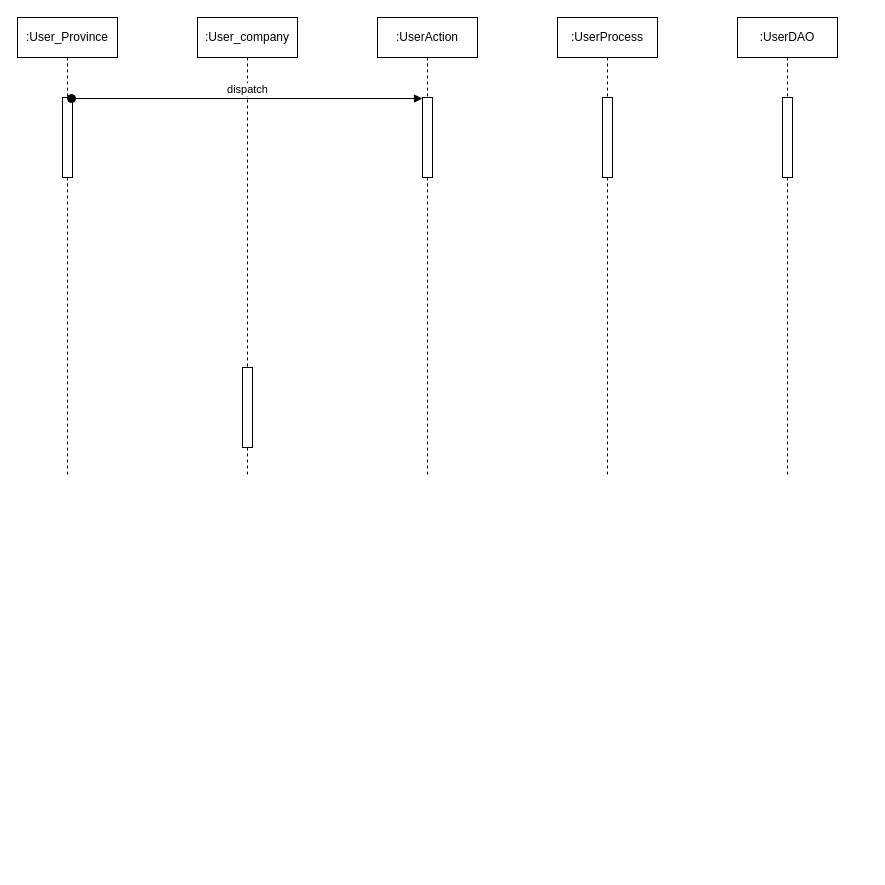
The draw.io diagram 未命名绘图.drawio in lzhenbit/Dictionary, before the edit. Source tidied: cells renumbered, new cells numbered last; positions are measured from the earlier drawing's top-left corner, leaving out a move shared by most shapes. Both pictures are drawn from the tidied source at 100%, with x=0, y=0 at pixel (17, 17).
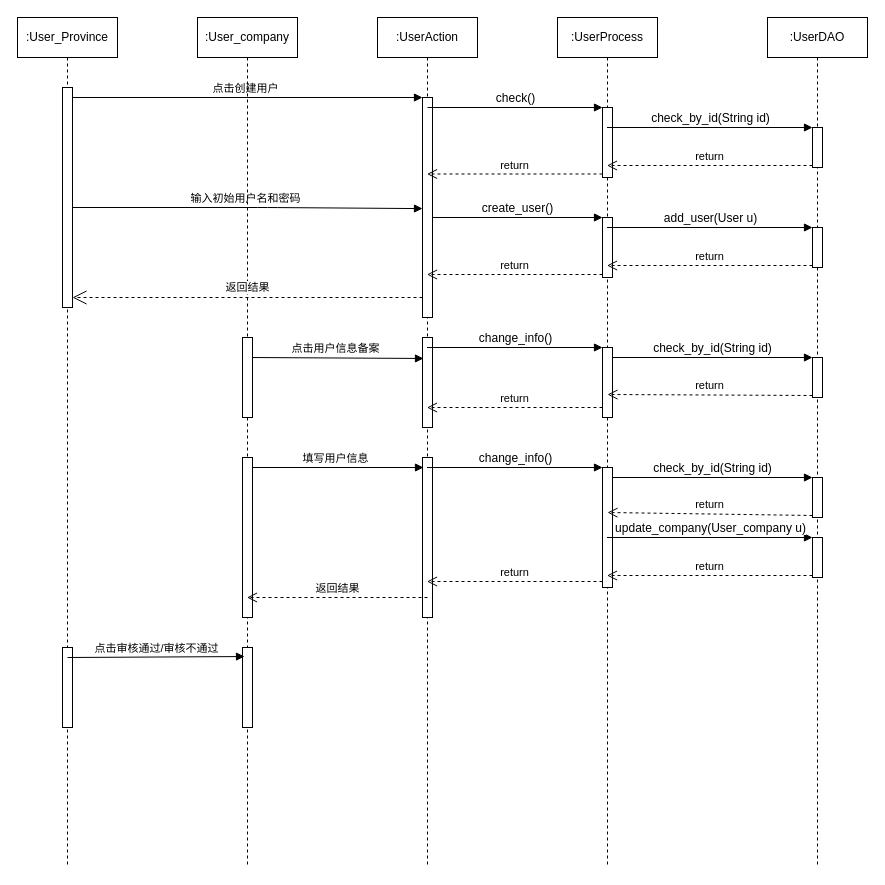
The same diagram, later.

Commit message:
更新未命名绘图.drawio

What changed in the source:
```diff
@@
+    <mxCell id="13" value="填写用户信息" style="html=1;verticalAlign=bottom;endArrow=block;" parent="1" edge="1">
+      <mxGeometry relative="1" as="geometry">
+        <mxPoint x="230" y="450" as="sourcePoint" />
+        <mxPoint x="406" y="450" as="targetPoint" />
+      </mxGeometry>
+    </mxCell>
+    <mxCell id="14" value="点击用户信息备案" style="html=1;verticalAlign=bottom;startArrow=oval;endArrow=block;startSize=8;entryX=0.1;entryY=0.233;entryDx=0;entryDy=0;entryPerimeter=0;" parent="1" edge="1" target="19">
+      <mxGeometry relative="1" as="geometry">
+        <mxPoint x="230" y="340" as="sourcePoint" />
+      </mxGeometry>
+    </mxCell>
+    <mxCell id="15" value="输入初始用户名和密码" style="html=1;verticalAlign=bottom;startArrow=oval;startFill=1;endArrow=block;startSize=8;entryX=0;entryY=0.505;entryDx=0;entryDy=0;entryPerimeter=0;" parent="1" edge="1" source="2" target="7">
+      <mxGeometry relative="1" as="geometry">
+        <Array as="points">
+          <mxPoint x="250" y="190" />
+        </Array>
+      </mxGeometry>
+    </mxCell>
+    <mxCell id="12" value="点击创建用户" style="html=1;verticalAlign=bottom;startArrow=oval;endArrow=block;startSize=8;" parent="1" edge="1" target="7">
+      <mxGeometry relative="1" as="geometry">
+        <mxPoint x="50" y="80" as="sourcePoint" />
+      </mxGeometry>
+    </mxCell>
     <mxCell id="2" value=":User_Province" style="shape=umlLifeline;perimeter=lifelinePerimeter;whiteSpace=wrap;html=1;outlineConnect=0;" parent="1" vertex="1">
-      <mxGeometry width="100" height="460" as="geometry" />
+      <mxGeometry width="100" height="850" as="geometry" />
     </mxCell>
     <mxCell id="3" style="html=1;points=[];perimeter=orthogonalPerimeter;" parent="2" vertex="1">
-      <mxGeometry x="45" y="80" width="10" height="80" as="geometry" />
+      <mxGeometry x="45" y="70" width="10" height="220" as="geometry" />
     </mxCell>
+    <mxCell id="16" style="html=1;perimeter=orthogonalPerimeter;" parent="2" vertex="1">
+      <mxGeometry x="45" y="630" width="10" height="80" as="geometry" />
+    </mxCell>
     <mxCell id="4" value=":User_company" style="shape=umlLifeline;perimeter=lifelinePerimeter;whiteSpace=wrap;html=1;outlineConnect=0;" parent="1" vertex="1">
-      <mxGeometry x="180" width="100" height="460" as="geometry" />
+      <mxGeometry x="180" width="100" height="850" as="geometry" />
     </mxCell>
     <mxCell id="5" style="html=1;perimeter=orthogonalPerimeter;" parent="4" vertex="1">
-      <mxGeometry x="45" y="350" width="10" height="80" as="geometry" />
+      <mxGeometry x="45" y="320" width="10" height="80" as="geometry" />
     </mxCell>
+    <mxCell id="17" style="html=1;perimeter=orthogonalPerimeter;" parent="4" vertex="1">
+      <mxGeometry x="45" y="440" width="10" height="160" as="geometry" />
+    </mxCell>
+    <mxCell id="18" style="html=1;points=[];perimeter=orthogonalPerimeter;" parent="4" vertex="1">
+      <mxGeometry x="45" y="630" width="10" height="80" as="geometry" />
+    </mxCell>
     <mxCell id="6" value=":UserAction" style="shape=umlLifeline;perimeter=lifelinePerimeter;whiteSpace=wrap;html=1;outlineConnect=0;" parent="1" vertex="1">
-      <mxGeometry x="360" width="100" height="460" as="geometry" />
+      <mxGeometry x="360" width="100" height="850" as="geometry" />
     </mxCell>
     <mxCell id="7" style="html=1;points=[];perimeter=orthogonalPerimeter;" parent="6" vertex="1">
-      <mxGeometry x="45" y="80" width="10" height="80" as="geometry" />
+      <mxGeometry x="45" y="80" width="10" height="220" as="geometry" />
     </mxCell>
+    <mxCell id="19" style="html=1;points=[];perimeter=orthogonalPerimeter;" parent="6" vertex="1">
+      <mxGeometry x="45" y="320" width="10" height="90" as="geometry" />
+    </mxCell>
+    <mxCell id="20" style="html=1;perimeter=orthogonalPerimeter;" parent="6" vertex="1">
+      <mxGeometry x="45" y="440" width="10" height="160" as="geometry" />
+    </mxCell>
     <mxCell id="8" value=":UserProcess" style="shape=umlLifeline;perimeter=lifelinePerimeter;whiteSpace=wrap;html=1;outlineConnect=0;" parent="1" vertex="1">
-      <mxGeometry x="540" width="100" height="460" as="geometry" />
+      <mxGeometry x="540" width="100" height="850" as="geometry" />
     </mxCell>
-    <mxCell id="9" style="html=1;perimeter=orthogonalPerimeter;" parent="8" vertex="1">
-      <mxGeometry x="45" y="80" width="10" height="80" as="geometry" />
-    </mxCell>
+    <mxCell id="21" style="html=1;points=[];perimeter=orthogonalPerimeter;" parent="8" vertex="1">
+      <mxGeometry x="45" y="90" width="10" height="70" as="geometry" />
+    </mxCell>
+    <mxCell id="22" style="html=1;points=[];perimeter=orthogonalPerimeter;" parent="8" vertex="1">
+      <mxGeometry x="45" y="200" width="10" height="60" as="geometry" />
+    </mxCell>
+    <mxCell id="23" style="html=1;points=[];perimeter=orthogonalPerimeter;" parent="8" vertex="1">
+      <mxGeometry x="45" y="330" width="10" height="70" as="geometry" />
+    </mxCell>
+    <mxCell id="24" style="html=1;points=[];perimeter=orthogonalPerimeter;" parent="8" vertex="1">
+      <mxGeometry x="45" y="450" width="10" height="120" as="geometry" />
+    </mxCell>
     <mxCell id="10" value=":UserDAO" style="shape=umlLifeline;perimeter=lifelinePerimeter;whiteSpace=wrap;html=1;" parent="1" vertex="1">
-      <mxGeometry x="720" width="100" height="460" as="geometry" />
+      <mxGeometry x="750" width="100" height="850" as="geometry" />
     </mxCell>
-    <mxCell id="11" style="html=1;perimeter=orthogonalPerimeter;" parent="10" vertex="1">
-      <mxGeometry x="45" y="80" width="10" height="80" as="geometry" />
-    </mxCell>
-    <mxCell id="12" value="dispatch" style="html=1;verticalAlign=bottom;startArrow=oval;endArrow=block;startSize=8;exitX=0.9;exitY=0.013;exitDx=0;exitDy=0;exitPerimeter=0;" parent="1" edge="1" source="3" target="7">
-      <mxGeometry relative="1" as="geometry" />
-    </mxCell>
+    <mxCell id="25" style="html=1;points=[];perimeter=orthogonalPerimeter;" parent="10" vertex="1">
+      <mxGeometry x="45" y="110" width="10" height="40" as="geometry" />
+    </mxCell>
+    <mxCell id="26" style="html=1;points=[];perimeter=orthogonalPerimeter;" parent="10" vertex="1">
+      <mxGeometry x="45" y="210" width="10" height="40" as="geometry" />
+    </mxCell>
+    <mxCell id="27" style="html=1;points=[];perimeter=orthogonalPerimeter;" parent="10" vertex="1">
+      <mxGeometry x="45" y="340" width="10" height="40" as="geometry" />
+    </mxCell>
+    <mxCell id="28" style="html=1;points=[];perimeter=orthogonalPerimeter;" parent="10" vertex="1">
+      <mxGeometry x="45" y="460" width="10" height="40" as="geometry" />
+    </mxCell>
+    <mxCell id="29" style="html=1;points=[];perimeter=orthogonalPerimeter;" parent="10" vertex="1">
+      <mxGeometry x="45" y="520" width="10" height="40" as="geometry" />
+    </mxCell>
+    <mxCell id="30" value="&lt;span style=&quot;font-size: 12px&quot;&gt;check()&lt;/span&gt;" style="html=1;verticalAlign=bottom;endArrow=block;entryX=0;entryY=0;" parent="1" edge="1" target="21">
+      <mxGeometry relative="1" as="geometry">
+        <mxPoint x="410" y="90" as="sourcePoint" />
+      </mxGeometry>
+    </mxCell>
+    <mxCell id="31" value="return" style="html=1;verticalAlign=bottom;endArrow=open;dashed=1;endSize=8;exitX=0;exitY=0.95;" parent="1" edge="1" source="21" target="6">
+      <mxGeometry relative="1" as="geometry" />
+    </mxCell>
+    <mxCell id="32" value="return" style="html=1;verticalAlign=bottom;endArrow=open;dashed=1;endSize=8;exitX=0;exitY=0.95;" parent="1" edge="1" source="25" target="8">
+      <mxGeometry relative="1" as="geometry" />
+    </mxCell>
+    <mxCell id="33" value="&lt;span lang=&quot;EN-US&quot;&gt;&lt;font style=&quot;font-size: 12px&quot;&gt;check_by_id(String id)&lt;/font&gt;&lt;/span&gt;" style="html=1;verticalAlign=bottom;endArrow=block;entryX=0;entryY=0;" parent="1" edge="1" source="8" target="25">
+      <mxGeometry relative="1" as="geometry" />
+    </mxCell>
+    <mxCell id="34" value="&lt;span style=&quot;font-size: 12px&quot;&gt;create_user()&lt;/span&gt;" style="html=1;verticalAlign=bottom;endArrow=block;entryX=0;entryY=0;" parent="1" edge="1" source="7" target="22">
+      <mxGeometry relative="1" as="geometry" />
+    </mxCell>
+    <mxCell id="35" value="return" style="html=1;verticalAlign=bottom;endArrow=open;dashed=1;endSize=8;exitX=0;exitY=0.95;" parent="1" edge="1" source="22" target="6">
+      <mxGeometry relative="1" as="geometry" />
+    </mxCell>
+    <mxCell id="36" value="return" style="html=1;verticalAlign=bottom;endArrow=open;dashed=1;endSize=8;exitX=0;exitY=0.95;" parent="1" edge="1" source="26" target="8">
+      <mxGeometry relative="1" as="geometry" />
+    </mxCell>
+    <mxCell id="37" value="&lt;span lang=&quot;EN-US&quot;&gt;&lt;font style=&quot;font-size: 12px&quot;&gt;add_user(User u)&lt;/font&gt;&lt;/span&gt;" style="html=1;verticalAlign=bottom;endArrow=block;entryX=0;entryY=0;" parent="1" edge="1" source="8" target="26">
+      <mxGeometry relative="1" as="geometry" />
+    </mxCell>
+    <mxCell id="38" value="返回结果" style="endArrow=open;endSize=12;dashed=1;html=1;" parent="1" edge="1" source="7" target="3">
+      <mxGeometry y="-10" relative="1" as="geometry">
+        <Array as="points">
+          <mxPoint x="200" y="280" />
+        </Array>
+      </mxGeometry>
+    </mxCell>
+    <mxCell id="39" value="&lt;span lang=&quot;EN-US&quot;&gt;&lt;font style=&quot;font-size: 12px&quot;&gt;change_info()&lt;/font&gt;&lt;/span&gt;" style="html=1;verticalAlign=bottom;endArrow=block;entryX=0;entryY=0;" parent="1" edge="1" source="6" target="23">
+      <mxGeometry relative="1" as="geometry" />
+    </mxCell>
+    <mxCell id="40" value="return" style="html=1;verticalAlign=bottom;endArrow=open;dashed=1;endSize=8;" parent="1" edge="1" source="23" target="6">
+      <mxGeometry relative="1" as="geometry">
+        <Array as="points">
+          <mxPoint x="500" y="390" />
+        </Array>
+      </mxGeometry>
+    </mxCell>
+    <mxCell id="41" value="&lt;span lang=&quot;EN-US&quot;&gt;&lt;font style=&quot;font-size: 12px&quot;&gt;change_info()&lt;/font&gt;&lt;/span&gt;" style="html=1;verticalAlign=bottom;endArrow=block;entryX=0;entryY=0;" parent="1" edge="1" source="6" target="24">
+      <mxGeometry relative="1" as="geometry" />
+    </mxCell>
+    <mxCell id="42" value="return" style="html=1;verticalAlign=bottom;endArrow=open;dashed=1;endSize=8;exitX=0;exitY=0.95;" parent="1" edge="1" source="24" target="6">
+      <mxGeometry relative="1" as="geometry" />
+    </mxCell>
+    <mxCell id="43" value="&lt;span lang=&quot;EN-US&quot;&gt;&lt;font style=&quot;font-size: 12px&quot;&gt;update_company(User_company u)&lt;/font&gt;&lt;/span&gt;" style="html=1;verticalAlign=bottom;endArrow=block;entryX=0;entryY=0;" parent="1" edge="1" source="8" target="29">
+      <mxGeometry relative="1" as="geometry" />
+    </mxCell>
+    <mxCell id="44" value="return" style="html=1;verticalAlign=bottom;endArrow=open;dashed=1;endSize=8;exitX=0;exitY=0.95;" parent="1" edge="1" source="29" target="8">
+      <mxGeometry relative="1" as="geometry" />
+    </mxCell>
+    <mxCell id="45" value="&lt;span lang=&quot;EN-US&quot;&gt;&lt;font style=&quot;font-size: 12px&quot;&gt;check_by_id(String id)&lt;/font&gt;&lt;/span&gt;" style="html=1;verticalAlign=bottom;endArrow=block;entryX=0;entryY=0;" parent="1" edge="1" target="27">
+      <mxGeometry relative="1" as="geometry">
+        <mxPoint x="595" y="340" as="sourcePoint" />
+      </mxGeometry>
+    </mxCell>
+    <mxCell id="46" value="return" style="html=1;verticalAlign=bottom;endArrow=open;dashed=1;endSize=8;exitX=0;exitY=0.95;" parent="1" edge="1" source="27">
+      <mxGeometry relative="1" as="geometry">
+        <mxPoint x="590" y="377" as="targetPoint" />
+      </mxGeometry>
+    </mxCell>
+    <mxCell id="47" value="&lt;span lang=&quot;EN-US&quot;&gt;&lt;font style=&quot;font-size: 12px&quot;&gt;check_by_id(String id)&lt;/font&gt;&lt;/span&gt;" style="html=1;verticalAlign=bottom;endArrow=block;entryX=0;entryY=0;" parent="1" edge="1" source="24" target="28">
+      <mxGeometry relative="1" as="geometry" />
+    </mxCell>
+    <mxCell id="48" value="return" style="html=1;verticalAlign=bottom;endArrow=open;dashed=1;endSize=8;exitX=0;exitY=0.95;" parent="1" edge="1" source="28">
+      <mxGeometry relative="1" as="geometry">
+        <mxPoint x="590" y="495" as="targetPoint" />
+      </mxGeometry>
+    </mxCell>
+    <mxCell id="49" value="返回结果" style="html=1;verticalAlign=bottom;endArrow=open;dashed=1;endSize=8;" parent="1" edge="1" target="4">
+      <mxGeometry relative="1" as="geometry">
+        <mxPoint x="410" y="580" as="sourcePoint" />
+      </mxGeometry>
+    </mxCell>
+    <mxCell id="50" value="点击审核通过/审核不通过" style="html=1;verticalAlign=bottom;endArrow=block;entryX=0.2;entryY=0.113;entryDx=0;entryDy=0;entryPerimeter=0;" parent="1" edge="1" target="18">
+      <mxGeometry relative="1" as="geometry">
+        <mxPoint x="50" y="640" as="sourcePoint" />
+      </mxGeometry>
+    </mxCell>
```
